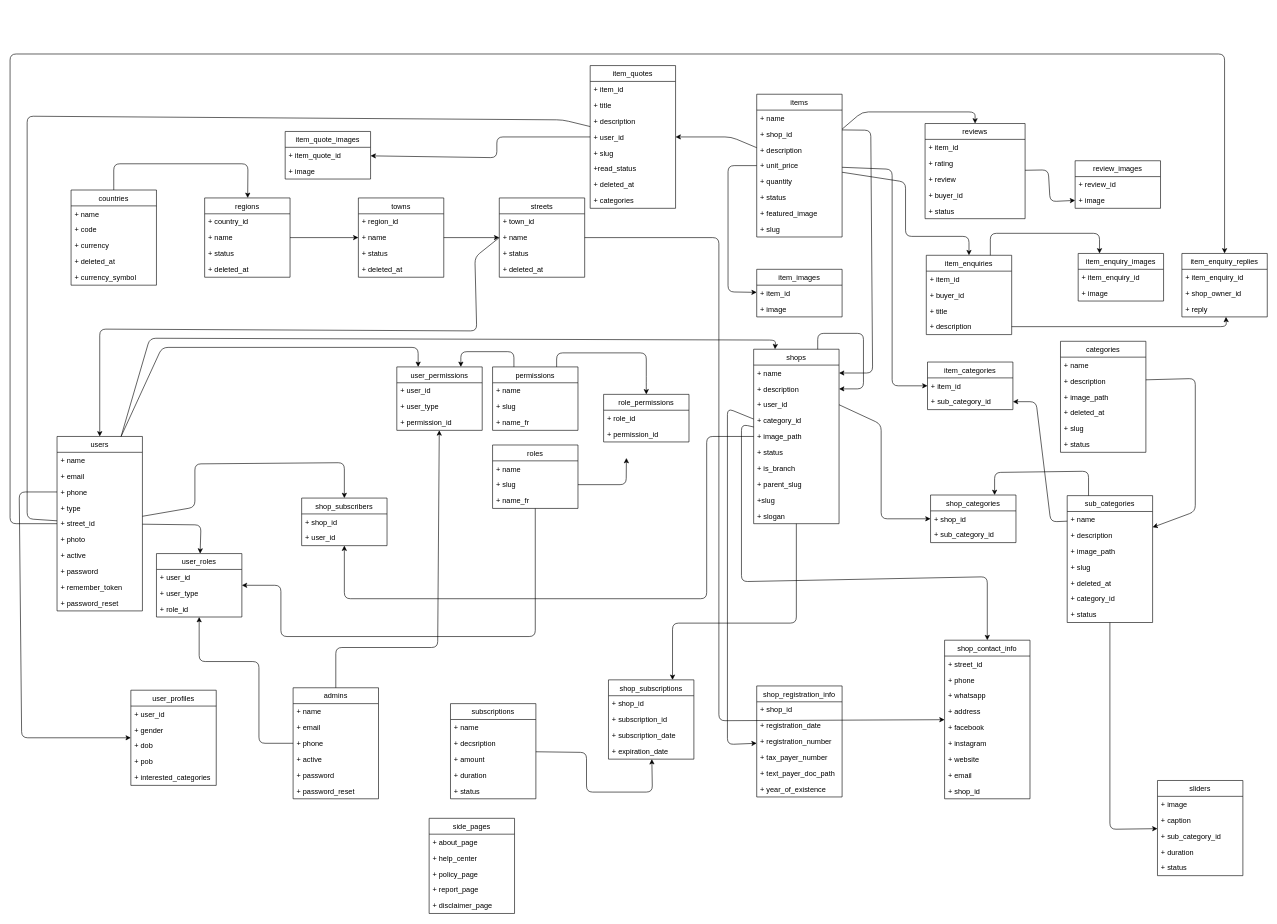
Before: DB/db-model/Class-Diagram.drawio in DanielGraham123/errandia, a draw.io diagram. Source tidied: cells renumbered, new cells numbered last; positions are measured from the earlier drawing's top-left corner, leaving out a move shared by most shapes. Both pictures are drawn from the tidied source at 61%, with x=0, y=0 at pixel (10, 54).
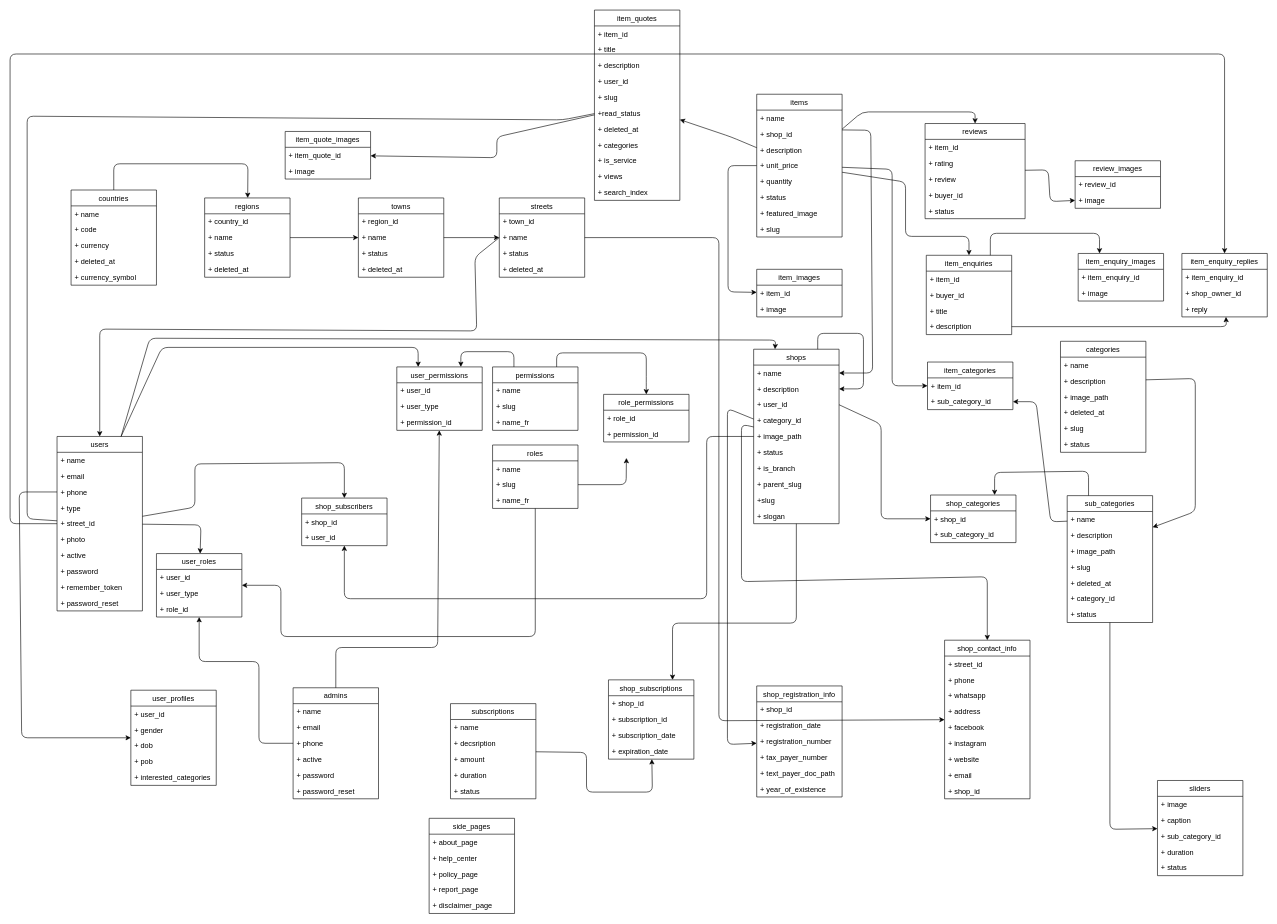
The same page after the edit.

Change to the diagram source:
```diff
@@
-<mxGraphModel background="#ffffff">
+<mxGraphModel>
@@
     <mxCell id="204" value="item_quotes" style="swimlane;fontStyle=0;horizontal=1;startSize=26;fillColor=none;" parent="1" vertex="1">
-      <mxGeometry x="951" y="19" width="140" height="234" as="geometry" />
+      <mxGeometry x="958" y="-72" width="140" height="312" as="geometry" />
     </mxCell>
@@
+    <mxCell id="225" value="+ is_service" style="text;strokeColor=none;fillColor=none;align=left;verticalAlign=top;spacingLeft=4;spacingRight=4;overflow=hidden;" parent="204" vertex="1">
+      <mxGeometry y="234" width="140" height="26" as="geometry" />
+    </mxCell>
+    <mxCell id="226" value="+ views" style="text;strokeColor=none;fillColor=none;align=left;verticalAlign=top;spacingLeft=4;spacingRight=4;overflow=hidden;" parent="204" vertex="1">
+      <mxGeometry y="260" width="140" height="26" as="geometry" />
+    </mxCell>
+    <mxCell id="227" value="+ search_index" style="text;strokeColor=none;fillColor=none;align=left;verticalAlign=top;spacingLeft=4;spacingRight=4;overflow=hidden;" parent="204" vertex="1">
+      <mxGeometry y="286" width="140" height="26" as="geometry" />
+    </mxCell>
```
